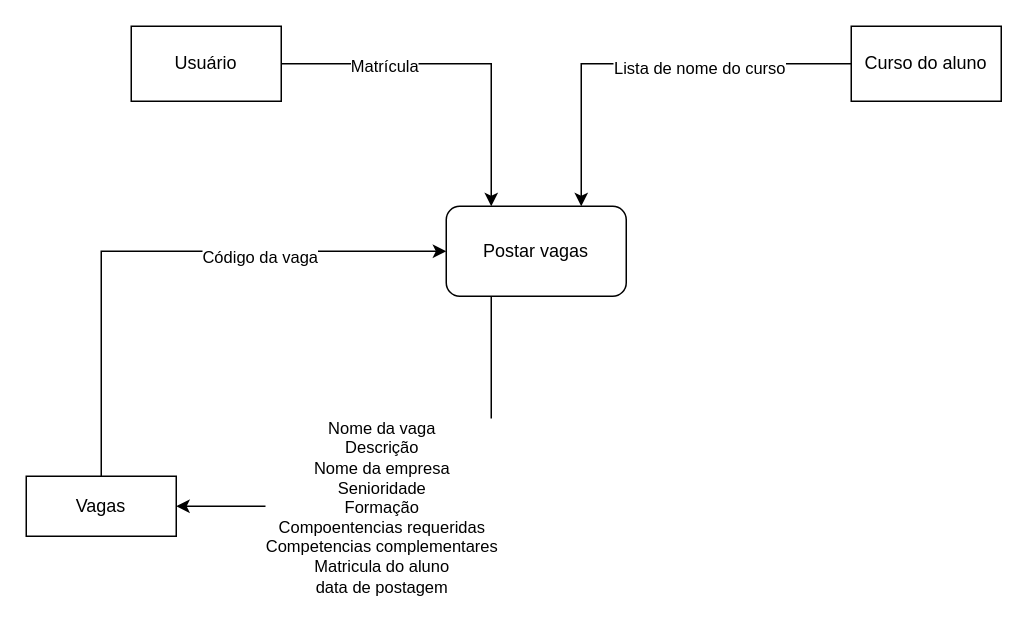
Before: page "DFD-vagas" (3 of 4) of practice-class-1.drawio in bruflor/ADS, a draw.io diagram. Source tidied: cells renumbered, new cells numbered last; positions are measured from the earlier drawing's top-left corner, leaving out a move shared by most shapes. Both pictures are drawn from the tidied source at 150%, with x=0, y=0 at pixel (26, 26).
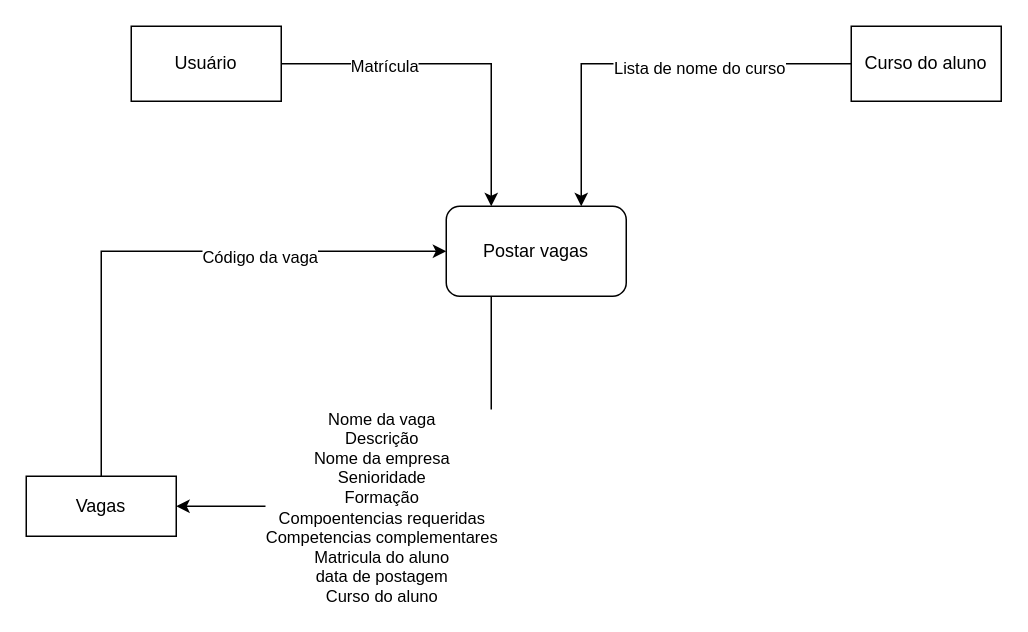
The same page after the edit.

The edit, as a diff of the source:
```diff
@@
 <mxGraphModel>
   <root>
     <mxCell id="0" />
     <mxCell id="1" parent="0" />
     <mxCell id="2" style="edgeStyle=orthogonalEdgeStyle;rounded=0;jettySize=auto;html=1;exitX=0.25;exitY=1;exitDx=0;exitDy=0;entryX=1;entryY=0.5;entryDx=0;entryDy=0;" parent="1" edge="1" source="4" target="10">
       <mxGeometry relative="1" as="geometry" />
     </mxCell>
-    <mxCell id="3" value="Nome da vaga&lt;br&gt;Descrição&lt;br&gt;Nome da empresa&lt;br&gt;Senioridade&lt;br&gt;Formação&lt;br&gt;Compoentencias requeridas&lt;br&gt;Competencias complementares&lt;div&gt;Matricula do aluno&lt;/div&gt;&lt;div&gt;data de postagem&lt;/div&gt;" style="edgeLabel;html=1;align=center;verticalAlign=middle;" parent="2" vertex="1">
+    <mxCell id="3" value="Nome da vaga&lt;br&gt;Descrição&lt;br&gt;Nome da empresa&lt;br&gt;Senioridade&lt;br&gt;Formação&lt;br&gt;Compoentencias requeridas&lt;br&gt;Competencias complementares&lt;div&gt;Matricula do aluno&lt;/div&gt;&lt;div&gt;data de postagem&lt;/div&gt;&lt;div&gt;Curso do aluno&lt;/div&gt;" style="edgeLabel;html=1;align=center;verticalAlign=middle;" parent="2" vertex="1">
       <mxGeometry x="0.39" y="-5" relative="1" as="geometry">
         <mxPoint x="29" y="5" as="offset" />
       </mxGeometry>
     </mxCell>
     <mxCell id="4" value="Postar vagas" style="rounded=1;whiteSpace=wrap;html=1;" parent="1" vertex="1">
       <mxGeometry x="280" y="120" width="120" height="60" as="geometry" />
     </mxCell>
     <mxCell id="5" style="edgeStyle=orthogonalEdgeStyle;rounded=0;jettySize=auto;html=1;exitX=1;exitY=0.5;exitDx=0;exitDy=0;entryX=0.25;entryY=0;entryDx=0;entryDy=0;" parent="1" edge="1" source="7" target="4">
       <mxGeometry relative="1" as="geometry" />
     </mxCell>
     <mxCell id="6" value="Matrícula" style="edgeLabel;html=1;align=center;verticalAlign=middle;" parent="5" vertex="1">
       <mxGeometry x="-0.42" y="-1" relative="1" as="geometry" />
     </mxCell>
     <mxCell id="7" value="Usuário" style="html=1;dashed=0;whiteSpace=wrap;" parent="1" vertex="1">
       <mxGeometry x="70" width="100" height="50" as="geometry" />
     </mxCell>
     <mxCell id="8" style="edgeStyle=orthogonalEdgeStyle;rounded=0;jettySize=auto;html=1;entryX=0;entryY=0.5;entryDx=0;entryDy=0;" parent="1" edge="1" source="10" target="4">
       <mxGeometry relative="1" as="geometry">
         <Array as="points">
           <mxPoint x="50" y="150" />
         </Array>
       </mxGeometry>
     </mxCell>
     <mxCell id="9" value="Código da vaga" style="edgeLabel;html=1;align=center;verticalAlign=middle;" parent="8" vertex="1">
       <mxGeometry x="0.34" y="-3" relative="1" as="geometry" />
     </mxCell>
     <mxCell id="10" value="Vagas" style="html=1;dashed=0;whiteSpace=wrap;" parent="1" vertex="1">
       <mxGeometry y="300" width="100" height="40" as="geometry" />
     </mxCell>
     <mxCell id="11" style="edgeStyle=orthogonalEdgeStyle;rounded=0;jettySize=auto;html=1;entryX=0.75;entryY=0;entryDx=0;entryDy=0;" parent="1" edge="1" source="13" target="4">
       <mxGeometry relative="1" as="geometry" />
     </mxCell>
     <mxCell id="12" value="Lista de nome do curso" style="edgeLabel;html=1;align=center;verticalAlign=middle;" parent="11" vertex="1">
       <mxGeometry x="-0.26" y="2" relative="1" as="geometry" />
     </mxCell>
     <mxCell id="13" value="Curso do aluno" style="html=1;dashed=0;whiteSpace=wrap;" parent="1" vertex="1">
       <mxGeometry x="550" width="100" height="50" as="geometry" />
     </mxCell>
   </root>
 </mxGraphModel>
```
